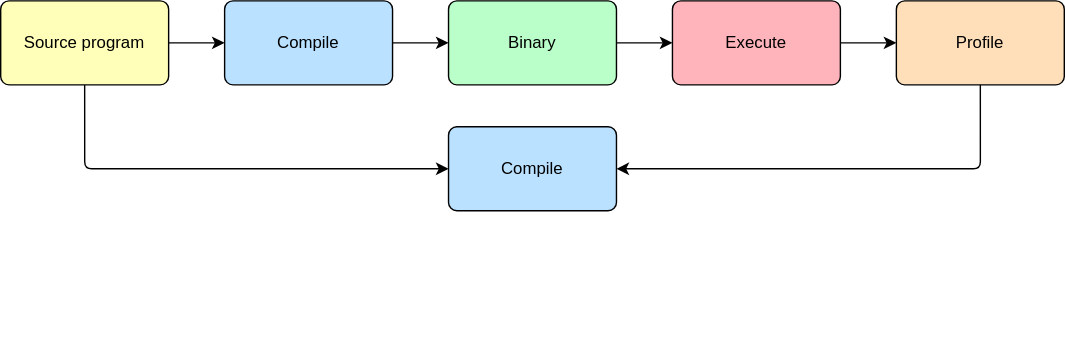
Before: public/images/pgo/pgo6.svg, a diagram exported from draw.io (zBION1C/phd_presentation). Source tidied: cells renumbered, new cells last; positions are measured from the earlier drawing's top-left corner, leaving out a move shared by most shapes.
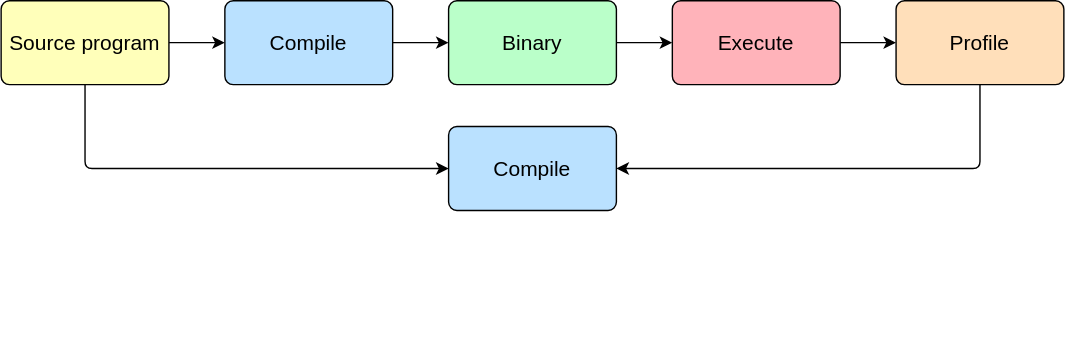
After the change.

What changed in the source:
```diff
@@ -2,46 +2,46 @@
   <root>
     <mxCell id="0" />
     <mxCell id="1" parent="0" />
-    <mxCell id="2" style="edgeStyle=orthogonalEdgeStyle;rounded=0;jettySize=auto;html=1;" parent="1" edge="1" source="4" target="6">
+    <mxCell id="2" style="edgeStyle=orthogonalEdgeStyle;rounded=0;jettySize=auto;html=1;fontSize=15;" parent="1" edge="1" source="4" target="6">
       <mxGeometry relative="1" as="geometry" />
     </mxCell>
-    <mxCell id="3" style="edgeStyle=orthogonalEdgeStyle;rounded=1;jettySize=auto;html=1;exitX=0.5;exitY=1;exitDx=0;exitDy=0;entryX=0;entryY=0.5;entryDx=0;entryDy=0;strokeColor=default;align=center;verticalAlign=middle;arcSize=10;fontFamily=Helvetica;fontSize=12;fontColor=default;labelBackgroundColor=default;endArrow=classic;fillColor=#BAFFC9;" parent="1" edge="1" source="4" target="14">
+    <mxCell id="3" style="edgeStyle=orthogonalEdgeStyle;rounded=1;jettySize=auto;html=1;exitX=0.5;exitY=1;exitDx=0;exitDy=0;entryX=0;entryY=0.5;entryDx=0;entryDy=0;strokeColor=default;align=center;verticalAlign=middle;arcSize=10;fontFamily=Helvetica;fontSize=15;fontColor=default;labelBackgroundColor=default;endArrow=classic;fillColor=#BAFFC9;" parent="1" edge="1" source="4" target="14">
       <mxGeometry relative="1" as="geometry" />
     </mxCell>
-    <mxCell id="4" value="Source program" style="rounded=1;whiteSpace=wrap;html=1;arcSize=10;strokeColor=default;align=center;verticalAlign=middle;fontFamily=Helvetica;fontSize=12;fontColor=default;fillColor=#FFFFBA;fillOpacity=100;strokeOpacity=100;" parent="1" vertex="1">
+    <mxCell id="4" value="Source program" style="rounded=1;whiteSpace=wrap;html=1;arcSize=10;strokeColor=default;align=center;verticalAlign=middle;fontFamily=Helvetica;fontSize=15;fontColor=default;fillColor=#FFFFBA;fillOpacity=100;strokeOpacity=100;" parent="1" vertex="1">
       <mxGeometry width="120" height="60" as="geometry" />
     </mxCell>
-    <mxCell id="5" style="edgeStyle=orthogonalEdgeStyle;rounded=0;jettySize=auto;html=1;" parent="1" edge="1" source="6" target="8">
+    <mxCell id="5" style="edgeStyle=orthogonalEdgeStyle;rounded=0;jettySize=auto;html=1;fontSize=15;" parent="1" edge="1" source="6" target="8">
       <mxGeometry relative="1" as="geometry" />
     </mxCell>
-    <mxCell id="6" value="Compile" style="rounded=1;whiteSpace=wrap;html=1;arcSize=10;align=center;verticalAlign=middle;fontFamily=Helvetica;fontSize=12;fillOpacity=100;strokeOpacity=100;fillColor=#BAE1FF;" parent="1" vertex="1">
+    <mxCell id="6" value="Compile" style="rounded=1;whiteSpace=wrap;html=1;arcSize=10;align=center;verticalAlign=middle;fontFamily=Helvetica;fontSize=15;fillOpacity=100;strokeOpacity=100;fillColor=#BAE1FF;" parent="1" vertex="1">
       <mxGeometry x="160" width="120" height="60" as="geometry" />
     </mxCell>
-    <mxCell id="7" style="edgeStyle=orthogonalEdgeStyle;rounded=0;jettySize=auto;html=1;" parent="1" edge="1" source="8" target="10">
+    <mxCell id="7" style="edgeStyle=orthogonalEdgeStyle;rounded=0;jettySize=auto;html=1;fontSize=15;" parent="1" edge="1" source="8" target="10">
       <mxGeometry relative="1" as="geometry" />
     </mxCell>
-    <mxCell id="8" value="Binary" style="rounded=1;whiteSpace=wrap;html=1;arcSize=10;strokeColor=default;align=center;verticalAlign=middle;fontFamily=Helvetica;fontSize=12;fontColor=default;fillColor=#BAFFC9;fillOpacity=100;strokeOpacity=100;" parent="1" vertex="1">
+    <mxCell id="8" value="Binary" style="rounded=1;whiteSpace=wrap;html=1;arcSize=10;strokeColor=default;align=center;verticalAlign=middle;fontFamily=Helvetica;fontSize=15;fontColor=default;fillColor=#BAFFC9;fillOpacity=100;strokeOpacity=100;" parent="1" vertex="1">
       <mxGeometry x="320" width="120" height="60" as="geometry" />
     </mxCell>
-    <mxCell id="9" style="edgeStyle=orthogonalEdgeStyle;rounded=0;jettySize=auto;html=1;" parent="1" edge="1" source="10" target="12">
+    <mxCell id="9" style="edgeStyle=orthogonalEdgeStyle;rounded=0;jettySize=auto;html=1;fontSize=15;" parent="1" edge="1" source="10" target="12">
       <mxGeometry relative="1" as="geometry" />
     </mxCell>
-    <mxCell id="10" value="Execute" style="rounded=1;whiteSpace=wrap;html=1;arcSize=10;strokeColor=default;align=center;verticalAlign=middle;fontFamily=Helvetica;fontSize=12;fontColor=default;fillColor=#FFB3BA;fillOpacity=100;strokeOpacity=100;" parent="1" vertex="1">
+    <mxCell id="10" value="Execute" style="rounded=1;whiteSpace=wrap;html=1;arcSize=10;strokeColor=default;align=center;verticalAlign=middle;fontFamily=Helvetica;fontSize=15;fontColor=default;fillColor=#FFB3BA;fillOpacity=100;strokeOpacity=100;" parent="1" vertex="1">
       <mxGeometry x="480" width="120" height="60" as="geometry" />
     </mxCell>
-    <mxCell id="11" style="edgeStyle=orthogonalEdgeStyle;rounded=1;jettySize=auto;html=1;exitX=0.5;exitY=1;exitDx=0;exitDy=0;entryX=1;entryY=0.5;entryDx=0;entryDy=0;strokeColor=default;align=center;verticalAlign=middle;arcSize=10;fontFamily=Helvetica;fontSize=12;fontColor=default;fillColor=#BAFFC9;" parent="1" edge="1" source="12" target="14">
+    <mxCell id="11" style="edgeStyle=orthogonalEdgeStyle;rounded=1;jettySize=auto;html=1;exitX=0.5;exitY=1;exitDx=0;exitDy=0;entryX=1;entryY=0.5;entryDx=0;entryDy=0;strokeColor=default;align=center;verticalAlign=middle;arcSize=10;fontFamily=Helvetica;fontSize=15;fontColor=default;fillColor=#BAFFC9;" parent="1" edge="1" source="12" target="14">
       <mxGeometry relative="1" as="geometry" />
     </mxCell>
-    <mxCell id="12" value="Profile" style="rounded=1;whiteSpace=wrap;html=1;arcSize=10;strokeColor=default;align=center;verticalAlign=middle;fontFamily=Helvetica;fontSize=12;fontColor=default;fillColor=#FFDFBA;fillOpacity=100;strokeOpacity=100;" parent="1" vertex="1">
+    <mxCell id="12" value="Profile" style="rounded=1;whiteSpace=wrap;html=1;arcSize=10;strokeColor=default;align=center;verticalAlign=middle;fontFamily=Helvetica;fontSize=15;fontColor=default;fillColor=#FFDFBA;fillOpacity=100;strokeOpacity=100;" parent="1" vertex="1">
       <mxGeometry x="640" width="120" height="60" as="geometry" />
     </mxCell>
-    <mxCell id="13" style="edgeStyle=orthogonalEdgeStyle;rounded=0;jettySize=auto;html=1;opacity=0;textOpacity=0;" parent="1" edge="1" source="14" target="15">
+    <mxCell id="13" style="edgeStyle=orthogonalEdgeStyle;rounded=0;jettySize=auto;html=1;opacity=0;textOpacity=0;fontSize=15;" parent="1" edge="1" source="14" target="15">
       <mxGeometry relative="1" as="geometry" />
     </mxCell>
-    <mxCell id="14" value="Compile" style="rounded=1;whiteSpace=wrap;html=1;arcSize=10;strokeColor=default;align=center;verticalAlign=middle;fontFamily=Helvetica;fontSize=12;fontColor=default;fillColor=#BAE1FF;fillOpacity=100;strokeOpacity=100;" parent="1" vertex="1">
+    <mxCell id="14" value="Compile" style="rounded=1;whiteSpace=wrap;html=1;arcSize=10;strokeColor=default;align=center;verticalAlign=middle;fontFamily=Helvetica;fontSize=15;fontColor=default;fillColor=#BAE1FF;fillOpacity=100;strokeOpacity=100;" parent="1" vertex="1">
       <mxGeometry x="320" y="90" width="120" height="60" as="geometry" />
     </mxCell>
-    <mxCell id="15" value="PGO binary" style="rounded=1;whiteSpace=wrap;html=1;arcSize=10;strokeColor=default;align=center;verticalAlign=middle;fontFamily=Helvetica;fontSize=12;fontColor=default;fillColor=#BAFFC9;fillOpacity=100;strokeOpacity=100;opacity=0;textOpacity=0;" parent="1" vertex="1">
+    <mxCell id="15" value="PGO binary" style="rounded=1;whiteSpace=wrap;html=1;arcSize=10;strokeColor=default;align=center;verticalAlign=middle;fontFamily=Helvetica;fontSize=15;fontColor=default;fillColor=#BAFFC9;fillOpacity=100;strokeOpacity=100;opacity=0;textOpacity=0;" parent="1" vertex="1">
       <mxGeometry x="320" y="180" width="120" height="60" as="geometry" />
     </mxCell>
   </root>
```
